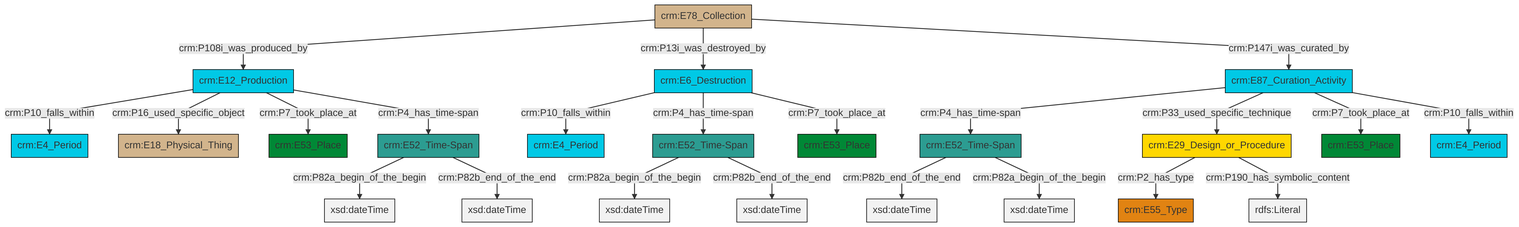
Before: et/archivalCSV/ttl/mmd/png/archival_existence.png, a diagram exported from Mermaid (swiss-art-research-net/docs.swissartresearch). Its source is kept beside it as et/archivalCSV/ttl/mmd/archival_existence.ttl.mmd.
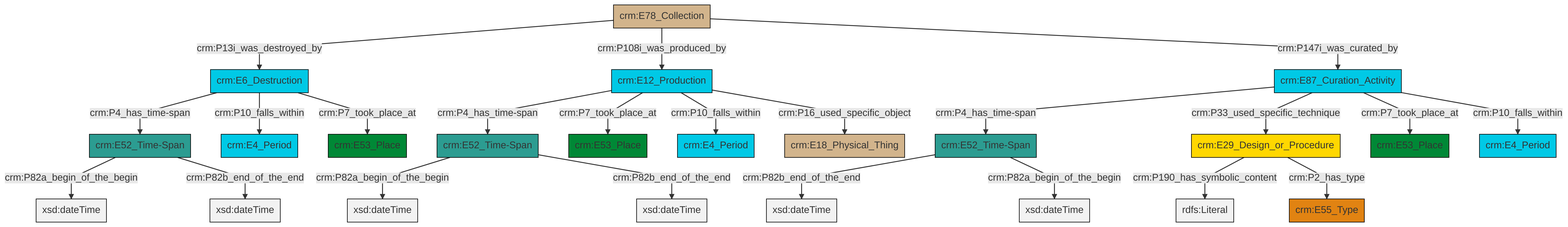
Later version of the same file.

The edit, as a diff of the source:
```diff
@@ -13,25 +13,25 @@
 classDef PC_Classes fill:#4ce600, stroke:#000000;
 classDef Multi fill:#cccccc,stroke:#000000;
 
-2["crm:E52_Time-Span"]:::Time-Span -->|crm:P82a_begin_of_the_begin| 3[xsd:dateTime]:::Literal
-6["crm:E87_Curation_Activity"]:::Temporal_Entity -->|crm:P4_has_time-span| 7["crm:E52_Time-Span"]:::Time-Span
-6["crm:E87_Curation_Activity"]:::Temporal_Entity -->|crm:P33_used_specific_technique| 11["crm:E29_Design_or_Procedure"]:::Conceptual_Object
-19["crm:E78_Collection"]:::Physical_Thing -->|crm:P108i_was_produced_by| 0["crm:E12_Production"]:::Temporal_Entity
-6["crm:E87_Curation_Activity"]:::Temporal_Entity -->|crm:P7_took_place_at| 20["crm:E53_Place"]:::Place
-0["crm:E12_Production"]:::Temporal_Entity -->|crm:P10_falls_within| 21["crm:E4_Period"]:::Temporal_Entity
-2["crm:E52_Time-Span"]:::Time-Span -->|crm:P82b_end_of_the_end| 23[xsd:dateTime]:::Literal
-0["crm:E12_Production"]:::Temporal_Entity -->|crm:P16_used_specific_object| 14["crm:E18_Physical_Thing"]:::Physical_Thing
-7["crm:E52_Time-Span"]:::Time-Span -->|crm:P82b_end_of_the_end| 24[xsd:dateTime]:::Literal
-0["crm:E12_Production"]:::Temporal_Entity -->|crm:P7_took_place_at| 25["crm:E53_Place"]:::Place
-26["crm:E52_Time-Span"]:::Time-Span -->|crm:P82a_begin_of_the_begin| 27[xsd:dateTime]:::Literal
-19["crm:E78_Collection"]:::Physical_Thing -->|crm:P13i_was_destroyed_by| 4["crm:E6_Destruction"]:::Temporal_Entity
-0["crm:E12_Production"]:::Temporal_Entity -->|crm:P4_has_time-span| 2["crm:E52_Time-Span"]:::Time-Span
-19["crm:E78_Collection"]:::Physical_Thing -->|crm:P147i_was_curated_by| 6["crm:E87_Curation_Activity"]:::Temporal_Entity
-4["crm:E6_Destruction"]:::Temporal_Entity -->|crm:P10_falls_within| 9["crm:E4_Period"]:::Temporal_Entity
-11["crm:E29_Design_or_Procedure"]:::Conceptual_Object -->|crm:P2_has_type| 17["crm:E55_Type"]:::Type
-11["crm:E29_Design_or_Procedure"]:::Conceptual_Object -->|crm:P190_has_symbolic_content| 31[rdfs:Literal]:::Literal
-4["crm:E6_Destruction"]:::Temporal_Entity -->|crm:P4_has_time-span| 26["crm:E52_Time-Span"]:::Time-Span
-6["crm:E87_Curation_Activity"]:::Temporal_Entity -->|crm:P10_falls_within| 12["crm:E4_Period"]:::Temporal_Entity
-26["crm:E52_Time-Span"]:::Time-Span -->|crm:P82b_end_of_the_end| 36[xsd:dateTime]:::Literal
-4["crm:E6_Destruction"]:::Temporal_Entity -->|crm:P7_took_place_at| 33["crm:E53_Place"]:::Place
-7["crm:E52_Time-Span"]:::Time-Span -->|crm:P82a_begin_of_the_begin| 37[xsd:dateTime]:::Literal
+0["crm:E6_Destruction"]:::Temporal_Entity -->|crm:P4_has_time-span| 1["crm:E52_Time-Span"]:::Time-Span
+4["crm:E52_Time-Span"]:::Time-Span -->|crm:P82b_end_of_the_end| 5[xsd:dateTime]:::Literal
+0["crm:E6_Destruction"]:::Temporal_Entity -->|crm:P10_falls_within| 6["crm:E4_Period"]:::Temporal_Entity
+7["crm:E12_Production"]:::Temporal_Entity -->|crm:P4_has_time-span| 8["crm:E52_Time-Span"]:::Time-Span
+9["crm:E87_Curation_Activity"]:::Temporal_Entity -->|crm:P4_has_time-span| 4["crm:E52_Time-Span"]:::Time-Span
+0["crm:E6_Destruction"]:::Temporal_Entity -->|crm:P7_took_place_at| 11["crm:E53_Place"]:::Place
+7["crm:E12_Production"]:::Temporal_Entity -->|crm:P7_took_place_at| 13["crm:E53_Place"]:::Place
+7["crm:E12_Production"]:::Temporal_Entity -->|crm:P10_falls_within| 2["crm:E4_Period"]:::Temporal_Entity
+9["crm:E87_Curation_Activity"]:::Temporal_Entity -->|crm:P33_used_specific_technique| 14["crm:E29_Design_or_Procedure"]:::Conceptual_Object
+1["crm:E52_Time-Span"]:::Time-Span -->|crm:P82a_begin_of_the_begin| 15[xsd:dateTime]:::Literal
+8["crm:E52_Time-Span"]:::Time-Span -->|crm:P82a_begin_of_the_begin| 17[xsd:dateTime]:::Literal
+9["crm:E87_Curation_Activity"]:::Temporal_Entity -->|crm:P7_took_place_at| 20["crm:E53_Place"]:::Place
+14["crm:E29_Design_or_Procedure"]:::Conceptual_Object -->|crm:P190_has_symbolic_content| 23[rdfs:Literal]:::Literal
+8["crm:E52_Time-Span"]:::Time-Span -->|crm:P82b_end_of_the_end| 24[xsd:dateTime]:::Literal
+26["crm:E78_Collection"]:::Physical_Thing -->|crm:P13i_was_destroyed_by| 0["crm:E6_Destruction"]:::Temporal_Entity
+7["crm:E12_Production"]:::Temporal_Entity -->|crm:P16_used_specific_object| 18["crm:E18_Physical_Thing"]:::Physical_Thing
+26["crm:E78_Collection"]:::Physical_Thing -->|crm:P108i_was_produced_by| 7["crm:E12_Production"]:::Temporal_Entity
+26["crm:E78_Collection"]:::Physical_Thing -->|crm:P147i_was_curated_by| 9["crm:E87_Curation_Activity"]:::Temporal_Entity
+4["crm:E52_Time-Span"]:::Time-Span -->|crm:P82a_begin_of_the_begin| 27[xsd:dateTime]:::Literal
+14["crm:E29_Design_or_Procedure"]:::Conceptual_Object -->|crm:P2_has_type| 32["crm:E55_Type"]:::Type
+1["crm:E52_Time-Span"]:::Time-Span -->|crm:P82b_end_of_the_end| 35[xsd:dateTime]:::Literal
+9["crm:E87_Curation_Activity"]:::Temporal_Entity -->|crm:P10_falls_within| 36["crm:E4_Period"]:::Temporal_Entity
```
